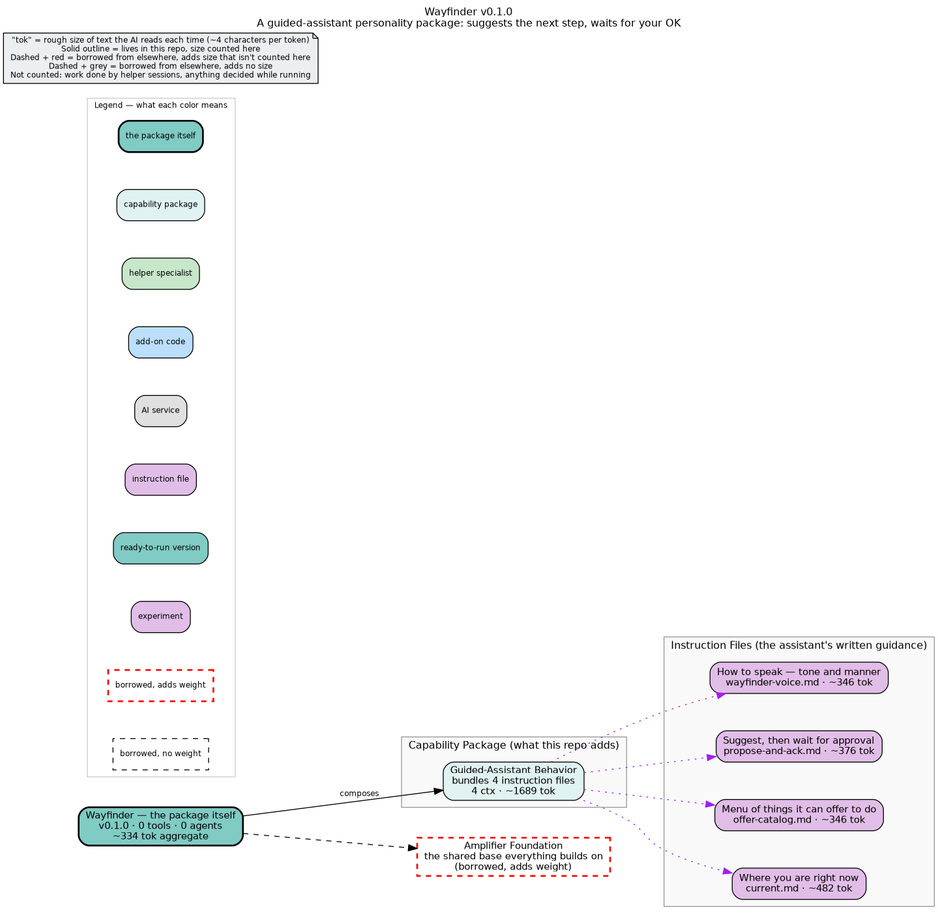
This is bundle.png from microsoft/amplifier-bundle-wayfinder, a Graphviz export, as it was before one commit. Its source is kept beside it as bundle.dot.
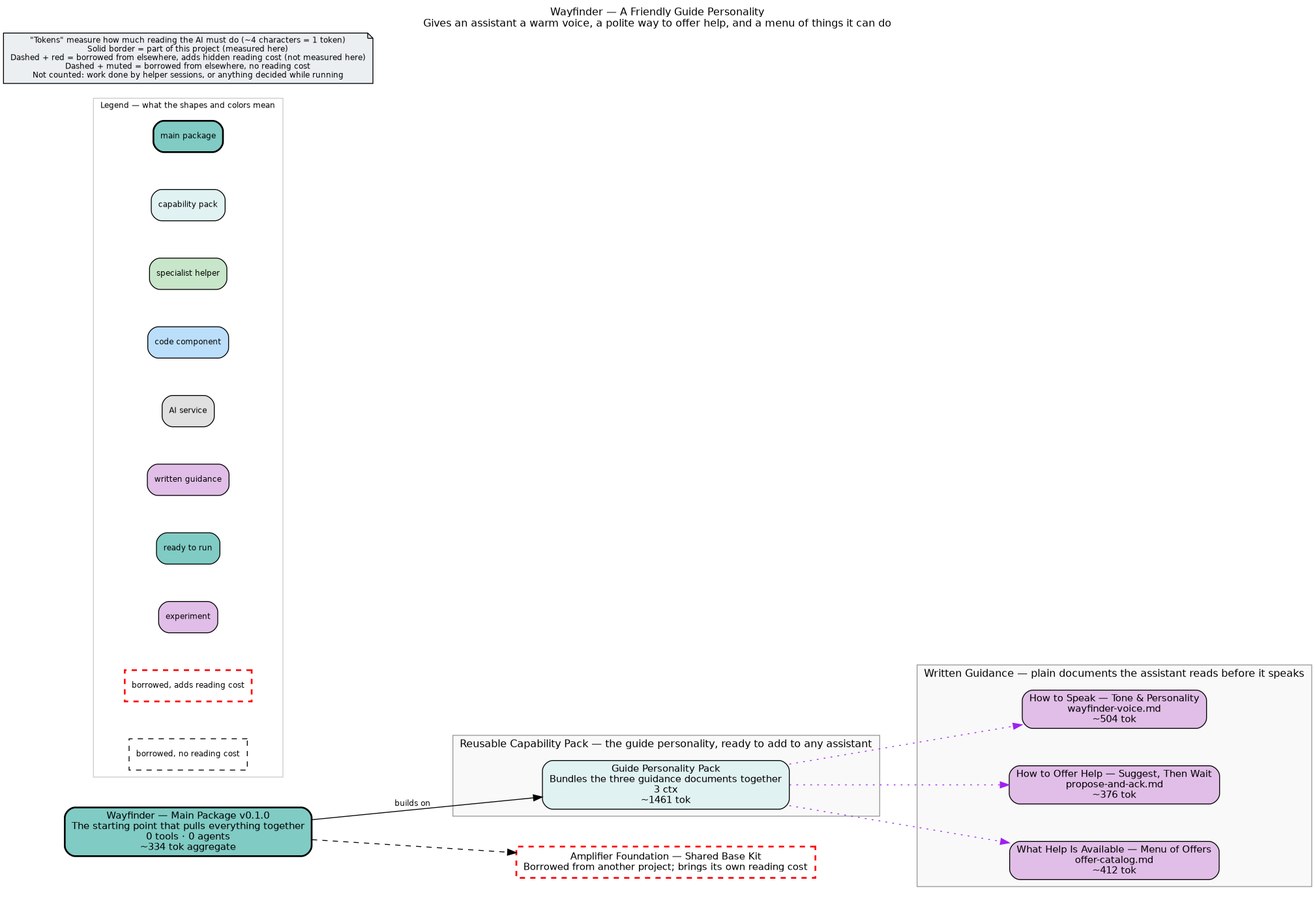
The same file after the commit.

Commit message:
docs: refresh auto-generated bundle.dot/png (validate-bundle-repo)

🤖 Generated with [Amplifier](https://github.com/microsoft/amplifier)

Change to the diagram source:
```diff
@@ -3,67 +3,65 @@
     rankdir=LR
     fontname="Helvetica"
     fontsize=12
-    label="Wayfinder v0.1.0\nA guided-assistant personality package: suggests the next step, waits for your OK"
+    label="Wayfinder — A Friendly Guide Personality\nGives an assistant a warm voice, a polite way to offer help, and a menu of things it can do"
     labelloc=t
     labeljust=c
     nodesep=0.6
     ranksep=0.7
     bgcolor="white"
-    source_hash="d82108a7c4a5b9120b248115eab236932b078c8dddd1ceedd5bb70f00c6ce653"
+    source_hash="0c4c2518197ed2deb0f77ac6cd893955b8b85820c9a260c8f6af3b30ecfc6f82"
 
     node [fontname="Helvetica", fontsize=11, style="filled,rounded"]
     edge [fontname="Helvetica", fontsize=9]
 
-    root_wayfinder [label="Wayfinder — the package itself\nv0.1.0 · 0 tools · 0 agents\n~334 tok aggregate", shape=box, fillcolor="#80cbc4", style="filled,rounded,bold", penwidth=2]
+    root_wayfinder [label="Wayfinder — Main Package v0.1.0\nThe starting point that pulls everything together\n0 tools · 0 agents\n~334 tok aggregate", shape=box, fillcolor="#80cbc4", style="filled,rounded,bold", penwidth=2]
 
     subgraph cluster_behaviors {
-        label="Capability Package (what this repo adds)"
+        label="Reusable Capability Pack — the guide personality, ready to add to any assistant"
         style="filled"
         fillcolor="#f9f9f9"
         color="#999999"
 
-        beh_wayfinder_behavior [label="Guided-Assistant Behavior\nbundles 4 instruction files\n4 ctx · ~1689 tok", shape=box, fillcolor="#e0f2f1", style="filled,rounded"]
+        beh_wayfinder_behavior [label="Guide Personality Pack\nBundles the three guidance documents together\n3 ctx\n~1461 tok", shape=box, fillcolor="#e0f2f1", style="filled,rounded"]
     }
 
     subgraph cluster_context {
-        label="Instruction Files (the assistant's written guidance)"
+        label="Written Guidance — plain documents the assistant reads before it speaks"
         style="filled"
         fillcolor="#f9f9f9"
         color="#999999"
 
-        ctx_wayfinder_voice_md [label="How to speak — tone and manner\nwayfinder-voice.md · ~346 tok", shape=box, fillcolor="#e1bee7", style="filled,rounded"]
-        ctx_propose_and_ack_md [label="Suggest, then wait for approval\npropose-and-ack.md · ~376 tok", shape=box, fillcolor="#e1bee7", style="filled,rounded"]
-        ctx_offer_catalog_md [label="Menu of things it can offer to do\noffer-catalog.md · ~346 tok", shape=box, fillcolor="#e1bee7", style="filled,rounded"]
-        ctx_current_md [label="Where you are right now\ncurrent.md · ~482 tok", shape=box, fillcolor="#e1bee7", style="filled,rounded"]
+        ctx_wayfinder_voice_md [label="How to Speak — Tone & Personality\nwayfinder-voice.md\n~504 tok", shape=box, fillcolor="#e1bee7", style="filled,rounded"]
+        ctx_propose_and_ack_md [label="How to Offer Help — Suggest, Then Wait\npropose-and-ack.md\n~376 tok", shape=box, fillcolor="#e1bee7", style="filled,rounded"]
+        ctx_offer_catalog_md [label="What Help Is Available — Menu of Offers\noffer-catalog.md\n~412 tok", shape=box, fillcolor="#e1bee7", style="filled,rounded"]
     }
 
     subgraph cluster_legend {
-        label="Legend — what each color means"
+        label="Legend — what the shapes and colors mean"
         style="filled"
         fillcolor="white"
         color="#cccccc"
         fontsize=9
 
-        leg_root [label="the package itself", shape=box, fillcolor="#80cbc4", style="filled,rounded,bold", fontsize=9]
-        leg_behavior [label="capability package", shape=box, fillcolor="#e0f2f1", style="filled,rounded", fontsize=9]
-        leg_agent [label="helper specialist", shape=box, fillcolor="#c8e6c9", style="filled,rounded", fontsize=9]
-        leg_module [label="add-on code", shape=box, fillcolor="#bbdefb", style="filled,rounded", fontsize=9]
+        leg_root [label="main package", shape=box, fillcolor="#80cbc4", style="filled,rounded,bold", fontsize=9]
+        leg_behavior [label="capability pack", shape=box, fillcolor="#e0f2f1", style="filled,rounded", fontsize=9]
+        leg_agent [label="specialist helper", shape=box, fillcolor="#c8e6c9", style="filled,rounded", fontsize=9]
+        leg_module [label="code component", shape=box, fillcolor="#bbdefb", style="filled,rounded", fontsize=9]
         leg_provider [label="AI service", shape=box, fillcolor="#e0e0e0", style="filled,rounded", fontsize=9]
-        leg_context [label="instruction file", shape=box, fillcolor="#e1bee7", style="filled,rounded", fontsize=9]
-        leg_standalone [label="ready-to-run version", shape=box, fillcolor="#80cbc4", style="filled,rounded", fontsize=9]
+        leg_context [label="written guidance", shape=box, fillcolor="#e1bee7", style="filled,rounded", fontsize=9]
+        leg_standalone [label="ready to run", shape=box, fillcolor="#80cbc4", style="filled,rounded", fontsize=9]
         leg_experiment [label="experiment", shape=box, fillcolor="#e1bee7", style="filled,rounded", fontsize=9]
-        leg_ext_cost [label="borrowed, adds weight", shape=box, fillcolor="#80cbc4", style="dashed", color="red", penwidth=2, fontsize=9]
-        leg_ext_muted [label="borrowed, no weight", shape=box, fillcolor="#f5f5f5", style="dashed", fontsize=9]
+        leg_ext_cost [label="borrowed, adds reading cost", shape=box, fillcolor="#80cbc4", style="dashed", color="red", penwidth=2, fontsize=9]
+        leg_ext_muted [label="borrowed, no reading cost", shape=box, fillcolor="#f5f5f5", style="dashed", fontsize=9]
     }
 
-    disclaimer [label="\"tok\" = rough size of text the AI reads each time (~4 characters per token)\nSolid outline = lives in this repo, size counted here\nDashed + red = borrowed from elsewhere, adds size that isn't counted here\nDashed + grey = borrowed from elsewhere, adds no size\nNot counted: work done by helper sessions, anything decided while running", shape=note, fillcolor="#eceff1", style="filled", fontsize=9]
+    disclaimer [label="\"Tokens\" measure how much reading the AI must do (~4 characters = 1 token)\nSolid border = part of this project (measured here)\nDashed + red = borrowed from elsewhere, adds hidden reading cost (not measured here)\nDashed + muted = borrowed from elsewhere, no reading cost\nNot counted: work done by helper sessions, or anything decided while running", shape=note, fillcolor="#eceff1", style="filled", fontsize=9]
 
-    ext_githttps___github_com_microsoft_amplifier_foundation_main [label="Amplifier Foundation\nthe shared base everything builds on\n(borrowed, adds weight)", shape=box, fillcolor="#80cbc4", style="dashed", color="red", penwidth=2]
+    ext_githttps___github_com_microsoft_amplifier_foundation_main [label="Amplifier Foundation — Shared Base Kit\nBorrowed from another project; brings its own reading cost", shape=box, fillcolor="#80cbc4", style="dashed", color="red", penwidth=2]
 
     root_wayfinder -> ext_githttps___github_com_microsoft_amplifier_foundation_main [style=dashed]
-    root_wayfinder -> beh_wayfinder_behavior [label="composes"]
+    root_wayfinder -> beh_wayfinder_behavior [label="builds on"]
     beh_wayfinder_behavior -> ctx_wayfinder_voice_md [style=dotted, color=purple]
     beh_wayfinder_behavior -> ctx_propose_and_ack_md [style=dotted, color=purple]
     beh_wayfinder_behavior -> ctx_offer_catalog_md [style=dotted, color=purple]
-    beh_wayfinder_behavior -> ctx_current_md [style=dotted, color=purple]
 }
```
